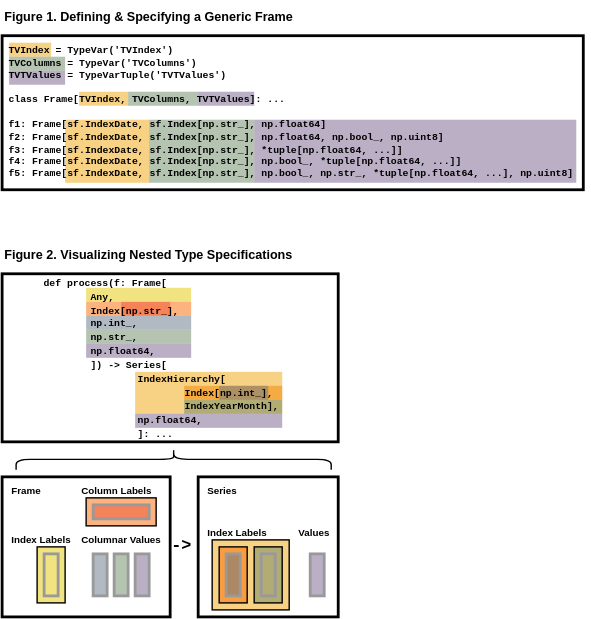
flexatone/df-typing keeps this draw.io diagram as doc/dft.drawio.svg. Above is the earlier version. Source tidied: cells renumbered, new cells last; positions are measured from the earlier drawing's top-left corner, leaving out a move shared by most shapes.
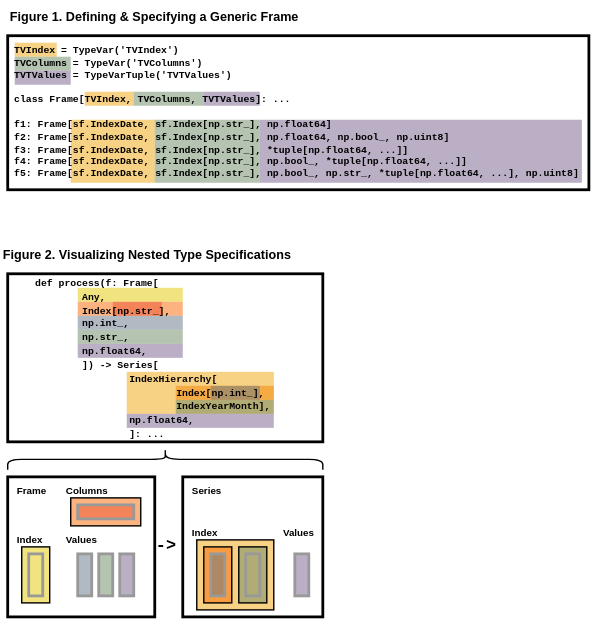
After the change.

Commit message:
udated diagrams

What changed in the source:
```diff
@@ -3,13 +3,13 @@
     <mxCell id="0" />
     <mxCell id="1" parent="0" />
     <mxCell id="2" style="rounded=0;whiteSpace=wrap;html=1;glass=0;strokeColor=#000000;strokeWidth=2;fillColor=none;gradientColor=none;comic=0;sketch=0;shadow=0;" parent="1" vertex="1">
-      <mxGeometry y="25" width="415" height="110" as="geometry" />
+      <mxGeometry x="15" y="25" width="415" height="110" as="geometry" />
     </mxCell>
     <mxCell id="3" style="rounded=0;whiteSpace=wrap;html=1;shadow=0;glass=0;sketch=0;fontFamily=Verdana;fontSize=7;strokeColor=none;strokeWidth=1;fillColor=#76608a;fontColor=#ffffff;opacity=50;" parent="1" vertex="1">
-      <mxGeometry x="180" y="85" width="230" height="45" as="geometry" />
+      <mxGeometry x="195" y="85" width="230" height="45" as="geometry" />
     </mxCell>
     <mxCell id="4" style="rounded=0;whiteSpace=wrap;html=1;glass=0;strokeColor=#000000;strokeWidth=2;fillColor=none;gradientColor=none;comic=0;sketch=0;shadow=0;" parent="1" vertex="1">
-      <mxGeometry y="340" width="120" height="100" as="geometry" />
+      <mxGeometry x="15" y="340" width="105" height="100" as="geometry" />
     </mxCell>
     <mxCell id="5" style="rounded=0;whiteSpace=wrap;html=1;shadow=0;glass=0;sketch=0;fontFamily=Verdana;fontSize=7;strokeColor=none;strokeWidth=1;fillColor=#fa6800;fontColor=#000000;opacity=50;" parent="1" vertex="1">
       <mxGeometry x="60" y="355" width="50" height="20" as="geometry" />
@@ -33,7 +33,7 @@
       <mxGeometry x="140" y="340" width="100" height="100" as="geometry" />
     </mxCell>
     <mxCell id="12" style="rounded=0;whiteSpace=wrap;html=1;glass=0;strokeColor=#000000;strokeWidth=2;fillColor=none;gradientColor=none;comic=0;sketch=0;shadow=0;" parent="1" vertex="1">
-      <mxGeometry y="195" width="240" height="120" as="geometry" />
+      <mxGeometry x="15" y="195" width="225" height="120" as="geometry" />
     </mxCell>
     <mxCell id="13" style="rounded=0;whiteSpace=wrap;html=1;shadow=0;glass=0;sketch=0;fontFamily=Verdana;fontSize=7;strokeColor=none;strokeWidth=1;fillColor=#f0a30a;fontColor=#000000;opacity=50;" parent="1" vertex="1">
       <mxGeometry x="150" y="385" width="55" height="50" as="geometry" />
@@ -57,7 +57,7 @@
       <mxGeometry x="25" y="390" width="20" height="40" as="geometry" />
     </mxCell>
     <mxCell id="20" style="rounded=0;whiteSpace=wrap;html=1;shadow=0;glass=0;sketch=0;fontFamily=Verdana;fontSize=7;strokeColor=none;strokeWidth=1;fillColor=#fa6800;fontColor=#000000;opacity=50;" parent="1" vertex="1">
-      <mxGeometry x="130" y="275" width="70" height="10" as="geometry" />
+      <mxGeometry x="135" y="275" width="70" height="10" as="geometry" />
     </mxCell>
     <mxCell id="21" style="rounded=0;whiteSpace=wrap;html=1;shadow=0;glass=0;sketch=0;fontFamily=Verdana;fontSize=7;strokeColor=none;strokeWidth=1;fillColor=#76608a;fontColor=#ffffff;opacity=50;" parent="1" vertex="1">
       <mxGeometry x="220" y="395" width="10" height="30" as="geometry" />
@@ -66,7 +66,7 @@
       <mxGeometry x="185" y="395" width="10" height="30" as="geometry" />
     </mxCell>
     <mxCell id="23" style="rounded=0;whiteSpace=wrap;html=1;shadow=0;glass=0;sketch=0;fontFamily=Verdana;fontSize=7;strokeColor=none;strokeWidth=1;fillColor=#f0a30a;fontColor=#000000;opacity=50;" parent="1" vertex="1">
-      <mxGeometry x="95" y="265" width="105" height="30" as="geometry" />
+      <mxGeometry x="100" y="265" width="105" height="30" as="geometry" />
     </mxCell>
     <mxCell id="24" style="rounded=0;whiteSpace=wrap;html=1;strokeWidth=1;fillColor=none;absoluteArcSize=0;sketch=0;" parent="1" vertex="1">
       <mxGeometry x="60" y="355" width="50" height="20" as="geometry" />
@@ -83,29 +83,26 @@
     <mxCell id="28" style="rounded=0;whiteSpace=wrap;html=1;strokeWidth=2;fillColor=none;glass=0;strokeColor=#999999;sketch=0;" parent="1" vertex="1">
       <mxGeometry x="65" y="360" width="40" height="10" as="geometry" />
     </mxCell>
-    <mxCell id="29" value="&lt;span style=&quot;font-size: 7px;&quot;&gt;Column Labels&lt;/span&gt;" style="text;html=1;align=left;verticalAlign=top;strokeColor=none;fillColor=none;fontSize=7;fontFamily=Helvetica;fontStyle=1;sketch=0;" parent="1" vertex="1">
-      <mxGeometry x="55" y="340" width="70" height="20" as="geometry" />
+    <mxCell id="29" value="&lt;span style=&quot;font-size: 7px&quot;&gt;Columns&lt;/span&gt;" style="text;html=1;align=left;verticalAlign=top;strokeColor=none;fillColor=none;fontSize=7;fontFamily=Helvetica;fontStyle=1;sketch=0;" parent="1" vertex="1">
+      <mxGeometry x="55" y="340" width="45" height="15" as="geometry" />
     </mxCell>
-    <mxCell id="30" value="&lt;span style=&quot;font-size: 7px;&quot;&gt;Index Labels&lt;/span&gt;" style="text;html=1;align=left;verticalAlign=top;strokeColor=none;fillColor=none;fontSize=7;fontFamily=Helvetica;fontStyle=1;sketch=0;" parent="1" vertex="1">
-      <mxGeometry x="5" y="375" width="70" height="20" as="geometry" />
+    <mxCell id="30" value="&lt;span style=&quot;font-size: 7px&quot;&gt;Index&lt;/span&gt;" style="text;html=1;align=left;verticalAlign=top;strokeColor=none;fillColor=none;fontSize=7;fontFamily=Helvetica;fontStyle=1;sketch=0;" parent="1" vertex="1">
+      <mxGeometry x="20" y="375" width="30" height="15" as="geometry" />
     </mxCell>
-    <mxCell id="31" value="&lt;span style=&quot;font-size: 7px;&quot;&gt;Columnar Values&lt;/span&gt;" style="text;html=1;align=left;verticalAlign=top;strokeColor=none;fillColor=none;fontSize=7;fontFamily=Helvetica;fontStyle=1;sketch=0;" parent="1" vertex="1">
-      <mxGeometry x="55" y="375" width="80" height="20" as="geometry" />
+    <mxCell id="31" value="&lt;span style=&quot;font-size: 7px&quot;&gt;Values&lt;/span&gt;" style="text;html=1;align=left;verticalAlign=top;strokeColor=none;fillColor=none;fontSize=7;fontFamily=Helvetica;fontStyle=1;sketch=0;" parent="1" vertex="1">
+      <mxGeometry x="55" y="375" width="35" height="15" as="geometry" />
     </mxCell>
     <mxCell id="32" style="rounded=0;whiteSpace=wrap;html=1;shadow=0;glass=0;sketch=0;fontFamily=Verdana;fontSize=7;strokeColor=none;strokeWidth=1;fillColor=#e3c800;opacity=50;fontColor=#000000;" parent="1" vertex="1">
-      <mxGeometry x="60" y="205" width="75" height="10" as="geometry" />
+      <mxGeometry x="65" y="205" width="75" height="10" as="geometry" />
     </mxCell>
     <mxCell id="33" value="&lt;span style=&quot;font-size: 9px&quot;&gt;Figure 1. Defining &amp;amp; Specifying a Generic Frame&lt;/span&gt;" style="text;html=1;align=left;verticalAlign=top;strokeColor=none;fillColor=none;fontSize=9;fontFamily=Helvetica;fontStyle=1;sketch=0;" parent="1" vertex="1">
-      <mxGeometry width="225" height="25" as="geometry" />
+      <mxGeometry x="15" width="225" height="25" as="geometry" />
     </mxCell>
     <mxCell id="34" style="shape=curlyBracket;whiteSpace=wrap;html=1;rounded=1;rotation=90;" parent="1" vertex="1">
-      <mxGeometry x="115" y="215" width="15" height="225" as="geometry" />
+      <mxGeometry x="120" y="215" width="15" height="225" as="geometry" />
     </mxCell>
-    <mxCell id="35" value="&lt;span style=&quot;font-size: 7px;&quot;&gt;Frame&lt;/span&gt;" style="text;html=1;align=left;verticalAlign=top;strokeColor=none;fillColor=none;fontSize=7;fontFamily=Helvetica;fontStyle=1;sketch=0;" parent="1" vertex="1">
-      <mxGeometry x="5" y="340" width="40" height="25" as="geometry" />
-    </mxCell>
-    <mxCell id="36" value="&lt;span style=&quot;font-size: 7px;&quot;&gt;Index Labels&lt;/span&gt;" style="text;html=1;align=left;verticalAlign=top;strokeColor=none;fillColor=none;fontSize=7;fontFamily=Helvetica;fontStyle=1;sketch=0;" parent="1" vertex="1">
-      <mxGeometry x="145" y="370" width="70" height="20" as="geometry" />
+    <mxCell id="36" value="&lt;span style=&quot;font-size: 7px&quot;&gt;Index&lt;/span&gt;" style="text;html=1;align=left;verticalAlign=top;strokeColor=none;fillColor=none;fontSize=7;fontFamily=Helvetica;fontStyle=1;sketch=0;" parent="1" vertex="1">
+      <mxGeometry x="145" y="370" width="30" height="15" as="geometry" />
     </mxCell>
     <mxCell id="37" value="&lt;span style=&quot;font-size: 7px;&quot;&gt;Values&lt;/span&gt;" style="text;html=1;align=left;verticalAlign=top;strokeColor=none;fillColor=none;fontSize=7;fontFamily=Helvetica;fontStyle=1;sketch=0;" parent="1" vertex="1">
       <mxGeometry x="210" y="370" width="45" height="25" as="geometry" />
@@ -114,31 +111,31 @@
       <mxGeometry x="145" y="340" width="40" height="25" as="geometry" />
     </mxCell>
     <mxCell id="39" style="rounded=0;whiteSpace=wrap;html=1;shadow=0;glass=0;sketch=0;fontFamily=Verdana;fontSize=7;strokeColor=none;strokeWidth=1;fillColor=#fa6800;fontColor=#000000;opacity=50;" parent="1" vertex="1">
-      <mxGeometry x="60" y="215" width="75" height="10" as="geometry" />
+      <mxGeometry x="65" y="215" width="75" height="10" as="geometry" />
     </mxCell>
     <mxCell id="40" style="rounded=0;whiteSpace=wrap;html=1;shadow=0;glass=0;sketch=0;fontFamily=Verdana;fontSize=7;strokeColor=none;strokeWidth=1;fillColor=#647687;fontColor=#ffffff;opacity=50;" parent="1" vertex="1">
-      <mxGeometry x="60" y="225" width="75" height="10" as="geometry" />
+      <mxGeometry x="65" y="225" width="75" height="10" as="geometry" />
     </mxCell>
     <mxCell id="41" style="rounded=0;whiteSpace=wrap;html=1;shadow=0;glass=0;sketch=0;fontFamily=Verdana;fontSize=7;strokeColor=none;strokeWidth=1;fillColor=#6d8764;fontColor=#ffffff;opacity=50;" parent="1" vertex="1">
-      <mxGeometry x="60" y="235" width="75" height="10" as="geometry" />
+      <mxGeometry x="65" y="235" width="75" height="10" as="geometry" />
     </mxCell>
     <mxCell id="42" style="rounded=0;whiteSpace=wrap;html=1;shadow=0;glass=0;sketch=0;fontFamily=Verdana;fontSize=7;strokeColor=none;strokeWidth=1;fillColor=#76608a;fontColor=#ffffff;opacity=50;" parent="1" vertex="1">
-      <mxGeometry x="60" y="245" width="75" height="10" as="geometry" />
+      <mxGeometry x="65" y="245" width="75" height="10" as="geometry" />
     </mxCell>
     <mxCell id="43" style="rounded=0;whiteSpace=wrap;html=1;shadow=0;glass=0;sketch=0;fontFamily=Verdana;fontSize=7;strokeColor=none;strokeWidth=1;fillColor=#647687;fontColor=#ffffff;opacity=50;" parent="1" vertex="1">
-      <mxGeometry x="155" y="275" width="35" height="10" as="geometry" />
+      <mxGeometry x="160" y="275" width="35" height="10" as="geometry" />
     </mxCell>
     <mxCell id="44" style="rounded=0;whiteSpace=wrap;html=1;shadow=0;glass=0;sketch=0;fontFamily=Verdana;fontSize=7;strokeColor=none;strokeWidth=1;fillColor=#76608a;fontColor=#ffffff;opacity=50;" parent="1" vertex="1">
-      <mxGeometry x="95" y="295" width="105" height="10" as="geometry" />
+      <mxGeometry x="100" y="295" width="105" height="10" as="geometry" />
     </mxCell>
     <mxCell id="45" style="rounded=0;whiteSpace=wrap;html=1;shadow=0;glass=0;sketch=0;fontFamily=Verdana;fontSize=7;strokeColor=none;strokeWidth=1;fillColor=#6d8764;fontColor=#ffffff;opacity=50;" parent="1" vertex="1">
-      <mxGeometry x="130" y="285" width="70" height="10" as="geometry" />
+      <mxGeometry x="135" y="285" width="70" height="10" as="geometry" />
     </mxCell>
     <mxCell id="46" value="&lt;b&gt;&lt;font style=&quot;font-size: 12px;&quot;&gt;-&amp;gt;&lt;/font&gt;&lt;/b&gt;" style="text;html=1;align=center;verticalAlign=middle;strokeColor=none;fillColor=none;fontFamily=Courier New;" parent="1" vertex="1">
       <mxGeometry x="110" y="375" width="35" height="30" as="geometry" />
     </mxCell>
     <mxCell id="47" style="rounded=0;whiteSpace=wrap;html=1;shadow=0;glass=0;sketch=0;fontFamily=Verdana;fontSize=7;strokeColor=none;strokeWidth=1;fillColor=#e51400;fontColor=#ffffff;opacity=30;" parent="1" vertex="1">
-      <mxGeometry x="85" y="215" width="35" height="10" as="geometry" />
+      <mxGeometry x="90" y="215" width="35" height="10" as="geometry" />
     </mxCell>
     <mxCell id="48" style="rounded=0;whiteSpace=wrap;html=1;fillColor=none;strokeWidth=2;gradientColor=none;strokeColor=#999999;sketch=0;" parent="1" vertex="1">
       <mxGeometry x="220" y="395" width="10" height="30" as="geometry" />
@@ -150,40 +147,43 @@
       <mxGeometry x="160" y="395" width="10" height="30" as="geometry" />
     </mxCell>
     <mxCell id="51" value="&lt;p style=&quot;line-height: 1.3;&quot;&gt;&lt;font style=&quot;line-height: 1.26;&quot; face=&quot;Courier New&quot;&gt;def process(f: Frame[&lt;br&gt;&amp;nbsp; &amp;nbsp; &amp;nbsp; &amp;nbsp; Any,&lt;br&gt;&amp;nbsp; &amp;nbsp; &amp;nbsp; &amp;nbsp; Index[np.str_],&lt;br&gt;&amp;nbsp; &amp;nbsp; &amp;nbsp; &amp;nbsp; np.int_,&lt;br&gt;&amp;nbsp; &amp;nbsp; &amp;nbsp; &amp;nbsp; np.str_,&lt;br&gt;&amp;nbsp; &amp;nbsp; &amp;nbsp; &amp;nbsp; np.float64,&lt;br&gt;&amp;nbsp; &amp;nbsp; &amp;nbsp; &amp;nbsp; ]) -&amp;gt; Series[&amp;nbsp; &amp;nbsp; &amp;nbsp; &amp;nbsp; &amp;nbsp; &amp;nbsp; &amp;nbsp; &amp;nbsp; &amp;nbsp; &amp;nbsp;&amp;nbsp;&lt;br&gt;&amp;nbsp; &amp;nbsp; &amp;nbsp; &amp;nbsp; &amp;nbsp; &amp;nbsp; &amp;nbsp; &amp;nbsp; IndexHierarchy[&amp;nbsp; &amp;nbsp; &amp;nbsp; &amp;nbsp; &amp;nbsp;&amp;nbsp;&lt;br&gt;&amp;nbsp; &amp;nbsp; &amp;nbsp; &amp;nbsp; &amp;nbsp; &amp;nbsp; &amp;nbsp; &amp;nbsp; &amp;nbsp; &amp;nbsp; &amp;nbsp; &amp;nbsp; Index[np.int_],&amp;nbsp;&amp;nbsp;&lt;br&gt;&amp;nbsp; &amp;nbsp; &amp;nbsp; &amp;nbsp; &amp;nbsp; &amp;nbsp; &amp;nbsp; &amp;nbsp; &amp;nbsp; &amp;nbsp; &amp;nbsp; &amp;nbsp; IndexYearMonth],&amp;nbsp;&lt;br&gt;&amp;nbsp; &amp;nbsp; &amp;nbsp; &amp;nbsp; &amp;nbsp; &amp;nbsp; &amp;nbsp; &amp;nbsp; np.float64,&amp;nbsp; &amp;nbsp; &amp;nbsp; &amp;nbsp; &amp;nbsp; &amp;nbsp; &amp;nbsp;&amp;nbsp;&lt;br&gt;&amp;nbsp; &amp;nbsp; &amp;nbsp; &amp;nbsp; &amp;nbsp; &amp;nbsp; &amp;nbsp; &amp;nbsp; ]: ...&lt;/font&gt;&lt;/p&gt;" style="text;align=left;verticalAlign=top;strokeColor=none;fillColor=none;labelPosition=center;verticalLabelPosition=middle;fontSize=7;spacing=0;fontFamily=Helvetica;fontStyle=1;shadow=0;sketch=0;textDirection=ltr;html=1;" parent="1" vertex="1">
-      <mxGeometry x="30" y="185" width="190" height="145" as="geometry" />
+      <mxGeometry x="35" y="185" width="190" height="145" as="geometry" />
     </mxCell>
     <mxCell id="52" style="rounded=0;whiteSpace=wrap;html=1;strokeWidth=2;fillColor=none;strokeColor=#999999;sketch=0;" parent="1" vertex="1">
       <mxGeometry x="30" y="395" width="10" height="30" as="geometry" />
     </mxCell>
     <mxCell id="53" style="rounded=0;whiteSpace=wrap;html=1;shadow=0;glass=0;sketch=0;fontFamily=Verdana;fontSize=7;strokeColor=none;strokeWidth=1;fillColor=#f0a30a;fontColor=#000000;opacity=50;" parent="1" vertex="1">
-      <mxGeometry x="55" y="65" width="35" height="10" as="geometry" />
+      <mxGeometry x="70" y="65" width="35" height="10" as="geometry" />
     </mxCell>
     <mxCell id="54" style="rounded=0;whiteSpace=wrap;html=1;shadow=0;glass=0;sketch=0;fontFamily=Verdana;fontSize=7;strokeColor=none;strokeWidth=1;fillColor=#6d8764;fontColor=#ffffff;opacity=50;" parent="1" vertex="1">
-      <mxGeometry x="90" y="65" width="50" height="10" as="geometry" />
+      <mxGeometry x="105" y="65" width="50" height="10" as="geometry" />
     </mxCell>
     <mxCell id="55" style="rounded=0;whiteSpace=wrap;html=1;shadow=0;glass=0;sketch=0;fontFamily=Verdana;fontSize=7;strokeColor=none;strokeWidth=1;fillColor=#76608a;fontColor=#ffffff;opacity=50;" parent="1" vertex="1">
-      <mxGeometry x="140" y="65" width="40" height="10" as="geometry" />
+      <mxGeometry x="155" y="65" width="40" height="10" as="geometry" />
     </mxCell>
     <mxCell id="56" style="rounded=0;whiteSpace=wrap;html=1;shadow=0;glass=0;sketch=0;fontFamily=Verdana;fontSize=7;strokeColor=none;strokeWidth=1;fillColor=#f0a30a;fontColor=#000000;opacity=50;" parent="1" vertex="1">
-      <mxGeometry x="45" y="85" width="60" height="45" as="geometry" />
+      <mxGeometry x="60" y="85" width="60" height="45" as="geometry" />
     </mxCell>
     <mxCell id="57" style="rounded=0;whiteSpace=wrap;html=1;shadow=0;glass=0;sketch=0;fontFamily=Verdana;fontSize=7;strokeColor=none;strokeWidth=1;fillColor=#6d8764;fontColor=#ffffff;opacity=50;" parent="1" vertex="1">
-      <mxGeometry x="105" y="85" width="75" height="45" as="geometry" />
+      <mxGeometry x="120" y="85" width="75" height="45" as="geometry" />
     </mxCell>
     <mxCell id="58" style="rounded=0;whiteSpace=wrap;html=1;shadow=0;glass=0;sketch=0;fontFamily=Verdana;fontSize=7;strokeColor=none;strokeWidth=1;fillColor=#f0a30a;fontColor=#000000;opacity=50;" parent="1" vertex="1">
-      <mxGeometry x="5" y="30" width="30" height="10" as="geometry" />
+      <mxGeometry x="20" y="30" width="30" height="10" as="geometry" />
     </mxCell>
     <mxCell id="59" style="rounded=0;whiteSpace=wrap;html=1;shadow=0;glass=0;sketch=0;fontFamily=Verdana;fontSize=7;strokeColor=none;strokeWidth=1;fillColor=#6d8764;fontColor=#ffffff;opacity=50;" parent="1" vertex="1">
-      <mxGeometry x="5" y="40" width="40" height="10" as="geometry" />
+      <mxGeometry x="20" y="40" width="40" height="10" as="geometry" />
     </mxCell>
     <mxCell id="60" style="rounded=0;whiteSpace=wrap;html=1;shadow=0;glass=0;sketch=0;fontFamily=Verdana;fontSize=7;strokeColor=none;strokeWidth=1;fillColor=#76608a;fontColor=#ffffff;opacity=50;" parent="1" vertex="1">
-      <mxGeometry x="5" y="50" width="40" height="10" as="geometry" />
+      <mxGeometry x="20" y="50" width="40" height="10" as="geometry" />
     </mxCell>
     <mxCell id="61" value="&lt;span style=&quot;font-size: 9px&quot;&gt;Figure 2. Visualizing Nested Type Specifications&lt;/span&gt;" style="text;html=1;align=left;verticalAlign=top;strokeColor=none;fillColor=none;fontSize=9;fontFamily=Helvetica;fontStyle=1;sketch=0;" parent="1" vertex="1">
-      <mxGeometry y="170" width="225" height="25" as="geometry" />
+      <mxGeometry x="10" y="170" width="225" height="25" as="geometry" />
     </mxCell>
     <mxCell id="62" value="&lt;p style=&quot;line-height: 126%&quot;&gt;TVIndex = TypeVar('TVIndex')&lt;br&gt;TVColumns = TypeVar('TVColumns')&lt;br&gt;TVTValues = TypeVarTuple('TVTValues')&lt;br&gt;&lt;br&gt;class Frame[TVIndex, TVColumns, TVTValues]: ...&lt;br&gt;&lt;br&gt;f1: Frame[sf.IndexDate, sf.Index[np.str_], np.float64]&lt;br&gt;f2: Frame[sf.IndexDate, sf.Index[np.str_], np.float64, np.bool_, np.uint8]&lt;br&gt;f3: Frame[sf.IndexDate, sf.Index[np.str_], *tuple[np.float64, ...]]&lt;br&gt;f4: Frame[sf.IndexDate, sf.Index[np.str_], np.bool_, *tuple[np.float64, ...]]&lt;br&gt;f5: Frame[sf.IndexDate, sf.Index[np.str_], np.bool_, np.str_, *tuple[np.float64, ...], np.uint8]&lt;br&gt;&lt;br&gt;&lt;br&gt;&lt;br&gt;&lt;br&gt;&lt;/p&gt;" style="text;align=left;verticalAlign=top;strokeColor=none;fillColor=none;labelPosition=center;verticalLabelPosition=middle;fontSize=7;spacing=0;fontFamily=Courier New;fontStyle=1;shadow=0;sketch=0;textDirection=ltr;html=1;" parent="1" vertex="1">
-      <mxGeometry x="5" y="20" width="415" height="155" as="geometry" />
+      <mxGeometry x="20" y="20" width="415" height="155" as="geometry" />
     </mxCell>
+    <mxCell id="35" value="&lt;span style=&quot;font-size: 7px;&quot;&gt;Frame&lt;/span&gt;" style="text;html=1;align=left;verticalAlign=top;strokeColor=none;fillColor=none;fontSize=7;fontFamily=Helvetica;fontStyle=1;sketch=0;" parent="1" vertex="1">
+      <mxGeometry x="20" y="340" width="40" height="25" as="geometry" />
+    </mxCell>
   </root>
 </mxGraphModel>
```
